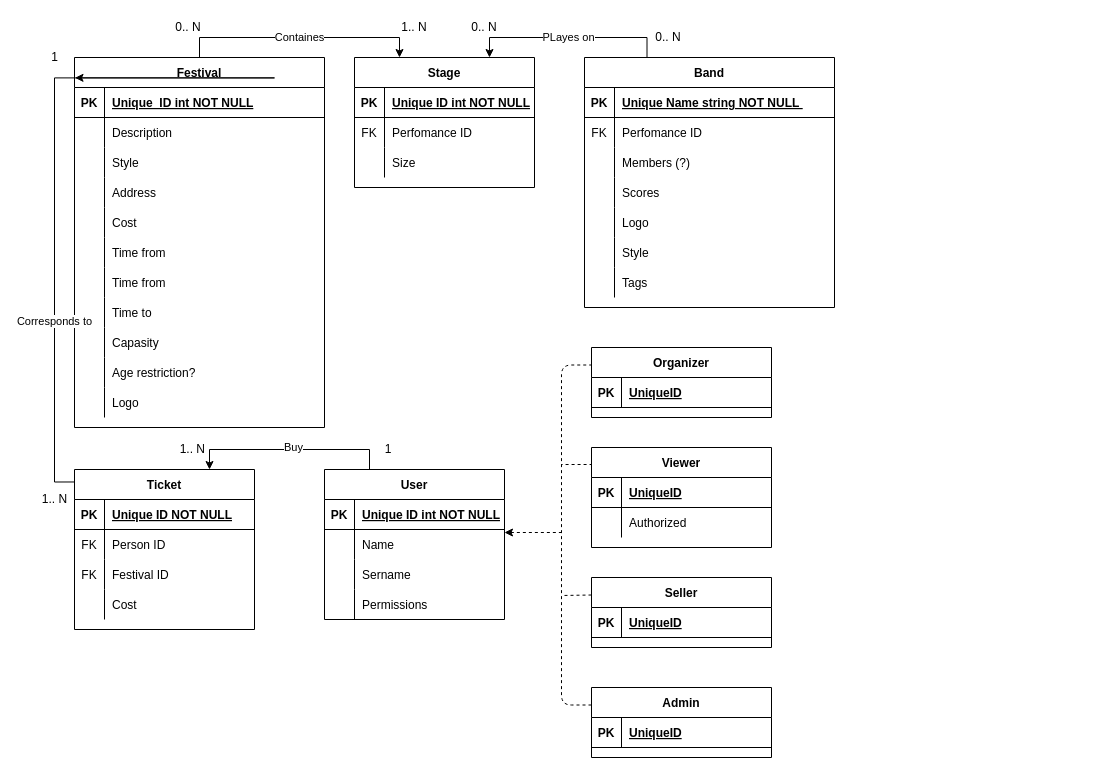
The draw.io diagram docs/diagrams/festival-is-ER.drawio in x00Pavel/festival-IS, before the edit. Source tidied: cells renumbered, new cells numbered last; positions are measured from the earlier drawing's top-left corner, leaving out a move shared by most shapes. Both pictures are drawn from the tidied source at 100%, with x=0, y=0 at pixel (34, 17).
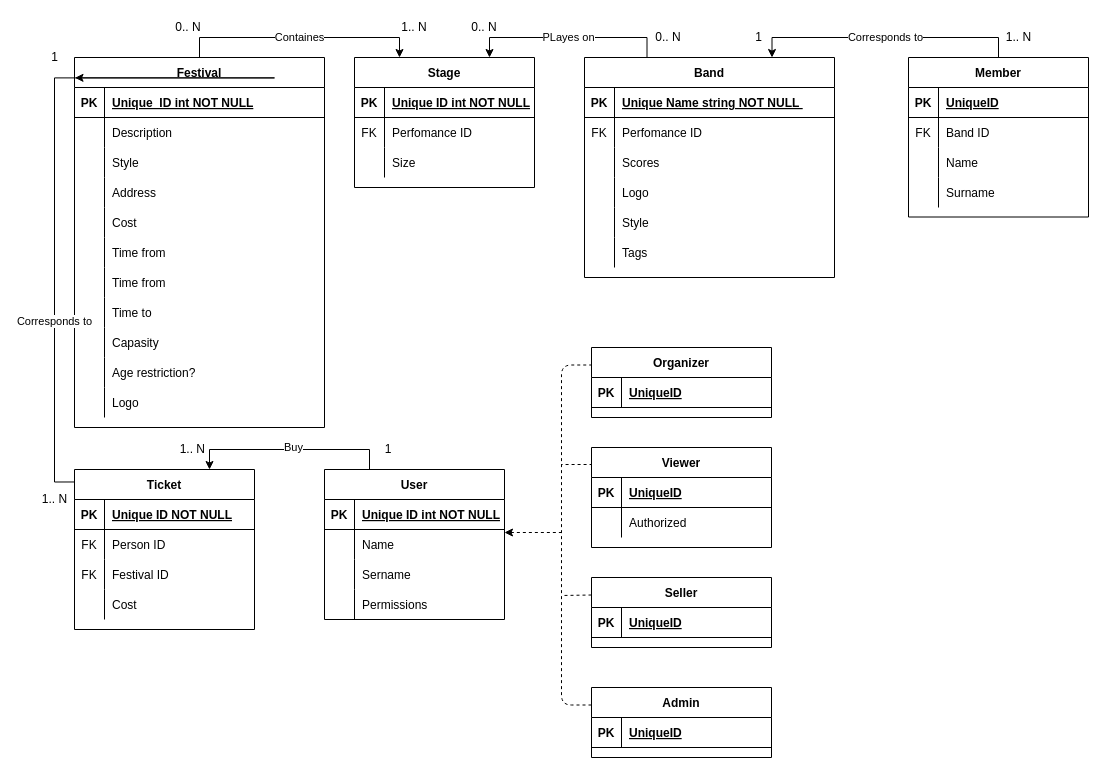
The same page after the edit.

Commit message (it also covers changes not shown here):
Review diagmras ER, DB

What changed in the source:
```diff
@@
     <mxCell id="88" value="Band" style="shape=table;startSize=30;childLayout=tableLayout;rowLines=0;fontStyle=1;align=center;" parent="1" vertex="1">
-      <mxGeometry x="550" y="40" width="250" height="250" as="geometry" />
+      <mxGeometry x="550" y="40" width="250" height="220" as="geometry" />
     </mxCell>
@@
-    <mxCell id="95" style="shape=partialRectangle;fillColor=none;top=0;left=0;right=0;bottom=0;" parent="88" vertex="1">
-      <mxGeometry y="90" width="250" height="30" as="geometry" />
-    </mxCell>
-    <mxCell id="96" style="shape=partialRectangle;overflow=hidden;fillColor=none;top=0;left=0;bottom=0;right=0;" parent="95" vertex="1">
-      <mxGeometry width="30" height="30" as="geometry" />
-    </mxCell>
-    <mxCell id="97" value="Members (?)" style="shape=partialRectangle;overflow=hidden;fillColor=none;top=0;left=0;bottom=0;right=0;align=left;spacingLeft=6;" parent="95" vertex="1">
-      <mxGeometry x="30" width="220" height="30" as="geometry" />
-    </mxCell>
     <mxCell id="98" style="shape=partialRectangle;fillColor=none;top=0;left=0;bottom=0;right=0;" parent="88" vertex="1">
-      <mxGeometry y="120" width="250" height="30" as="geometry" />
+      <mxGeometry y="90" width="250" height="30" as="geometry" />
     </mxCell>
@@
     <mxCell id="101" style="shape=partialRectangle;fillColor=none;top=0;left=0;right=0;bottom=0;" parent="88" vertex="1">
-      <mxGeometry y="150" width="250" height="30" as="geometry" />
+      <mxGeometry y="120" width="250" height="30" as="geometry" />
     </mxCell>
@@
     <mxCell id="104" style="shape=partialRectangle;fillColor=none;top=0;left=0;bottom=0;right=0;" parent="88" vertex="1">
-      <mxGeometry y="180" width="250" height="30" as="geometry" />
+      <mxGeometry y="150" width="250" height="30" as="geometry" />
     </mxCell>
@@
     <mxCell id="107" style="shape=partialRectangle;fillColor=none;top=0;left=0;bottom=0;right=0;" parent="88" vertex="1">
-      <mxGeometry y="210" width="250" height="30" as="geometry" />
+      <mxGeometry y="180" width="250" height="30" as="geometry" />
     </mxCell>
@@
+    <mxCell id="131" value="Corresponds to" style="edgeStyle=orthogonalEdgeStyle;rounded=0;jettySize=auto;html=1;exitX=0.5;exitY=0;exitDx=0;exitDy=0;entryX=0.75;entryY=0;entryDx=0;entryDy=0;" parent="1" edge="1" source="132" target="88">
+      <mxGeometry relative="1" as="geometry" />
+    </mxCell>
+    <mxCell id="132" value="Member" style="shape=table;startSize=30;childLayout=tableLayout;rowLines=0;fontStyle=1;align=center;" parent="1" vertex="1">
+      <mxGeometry x="874" y="40" width="180" height="159.5" as="geometry" />
+    </mxCell>
+    <mxCell id="133" style="shape=partialRectangle;fillColor=none;top=0;left=0;bottom=1;right=0;" parent="132" vertex="1">
+      <mxGeometry y="30" width="180" height="30" as="geometry" />
+    </mxCell>
+    <mxCell id="134" value="PK" style="shape=partialRectangle;fillColor=none;top=0;left=0;bottom=0;right=0;fontStyle=1;overflow=hidden;" parent="133" vertex="1">
+      <mxGeometry width="30" height="30" as="geometry" />
+    </mxCell>
+    <mxCell id="135" value="UniqueID" style="shape=partialRectangle;fillColor=none;top=0;left=0;bottom=0;right=0;align=left;spacingLeft=6;fontStyle=5;overflow=hidden;" parent="133" vertex="1">
+      <mxGeometry x="30" width="150" height="30" as="geometry" />
+    </mxCell>
+    <mxCell id="136" style="shape=partialRectangle;fillColor=none;top=0;left=0;bottom=0;right=0;" parent="132" vertex="1">
+      <mxGeometry y="60" width="180" height="30" as="geometry" />
+    </mxCell>
+    <mxCell id="137" value="FK" style="shape=partialRectangle;fillColor=none;top=0;left=0;bottom=0;right=0;overflow=hidden;" parent="136" vertex="1">
+      <mxGeometry width="30" height="30" as="geometry" />
+    </mxCell>
+    <mxCell id="138" value="Band ID" style="shape=partialRectangle;fillColor=none;top=0;left=0;bottom=0;right=0;align=left;spacingLeft=6;overflow=hidden;" parent="136" vertex="1">
+      <mxGeometry x="30" width="150" height="30" as="geometry" />
+    </mxCell>
+    <mxCell id="139" style="shape=partialRectangle;fillColor=none;top=0;left=0;bottom=0;right=0;" parent="132" vertex="1">
+      <mxGeometry y="90" width="180" height="30" as="geometry" />
+    </mxCell>
+    <mxCell id="140" style="shape=partialRectangle;fillColor=none;top=0;left=0;bottom=0;right=0;overflow=hidden;" parent="139" vertex="1">
+      <mxGeometry width="30" height="30" as="geometry" />
+    </mxCell>
+    <mxCell id="141" value="Name" style="shape=partialRectangle;fillColor=none;top=0;left=0;bottom=0;right=0;align=left;spacingLeft=6;overflow=hidden;" parent="139" vertex="1">
+      <mxGeometry x="30" width="150" height="30" as="geometry" />
+    </mxCell>
+    <mxCell id="142" style="shape=partialRectangle;fillColor=none;top=0;left=0;bottom=0;right=0;" parent="132" vertex="1">
+      <mxGeometry y="120" width="180" height="30" as="geometry" />
+    </mxCell>
+    <mxCell id="143" style="shape=partialRectangle;fillColor=none;top=0;left=0;bottom=0;right=0;overflow=hidden;" parent="142" vertex="1">
+      <mxGeometry width="30" height="30" as="geometry" />
+    </mxCell>
+    <mxCell id="144" value="Surname" style="shape=partialRectangle;fillColor=none;top=0;left=0;bottom=0;right=0;align=left;spacingLeft=6;overflow=hidden;" parent="142" vertex="1">
+      <mxGeometry x="30" width="150" height="30" as="geometry" />
+    </mxCell>
+    <mxCell id="145" value="1.. N" style="text;html=1;align=center;verticalAlign=middle;" parent="1" vertex="1">
+      <mxGeometry x="964" y="10" width="40" height="20" as="geometry" />
+    </mxCell>
+    <mxCell id="146" value="1" style="text;html=1;align=center;verticalAlign=middle;" parent="1" vertex="1">
+      <mxGeometry x="714" y="10" width="20" height="20" as="geometry" />
+    </mxCell>
```
